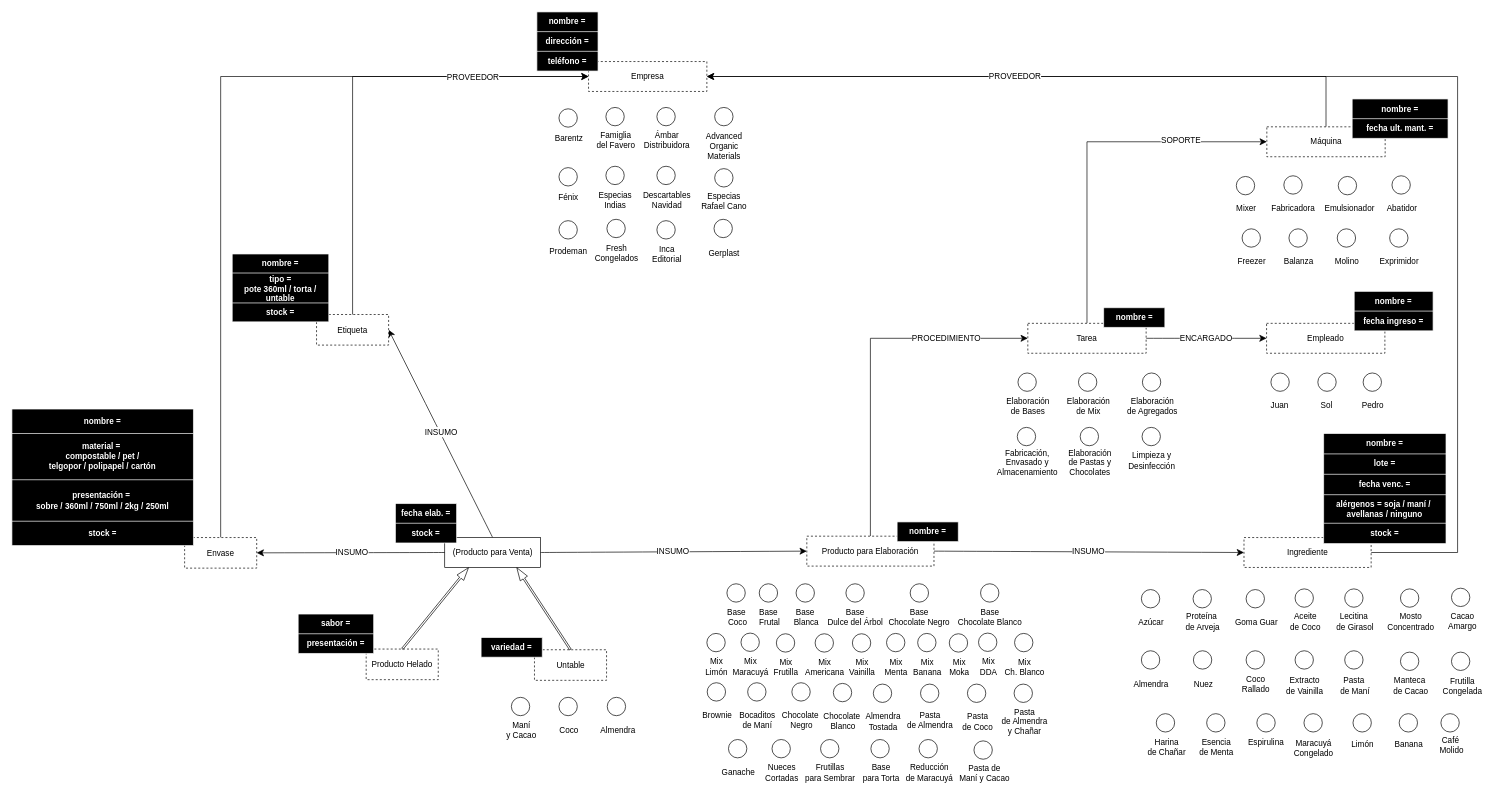
Before: Untitled Diagram.drawio in franualba/diagrams, a draw.io diagram. Source tidied: cells renumbered, new cells numbered last; positions are measured from the earlier drawing's top-left corner, leaving out a move shared by most shapes. Both pictures are drawn from the tidied source at 68%, with x=0, y=0 at pixel (12, 12).
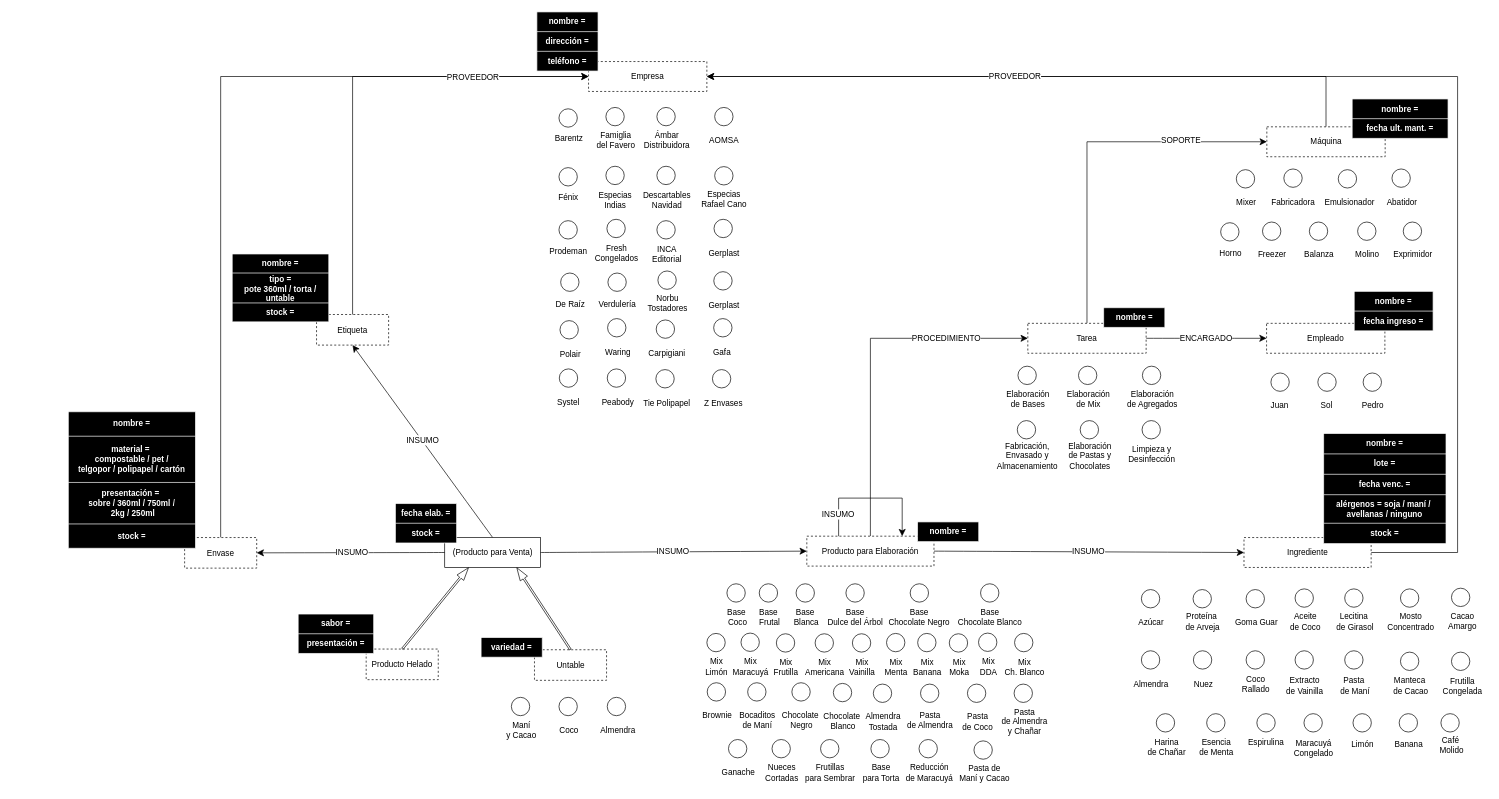
After the change.

Unchanged cells that the change refers to:
```xml
<mxCell id="4" value="(Producto para Venta)" style="rounded=0;whiteSpace=wrap;html=1;fillStyle=auto;" parent="1" vertex="1">
  <mxGeometry x="636.5" y="773" width="141" height="44" as="geometry" />
</mxCell>
<mxCell id="11" value="Producto para Elaboración" style="rounded=0;whiteSpace=wrap;html=1;dashed=1;" parent="1" vertex="1">
  <mxGeometry x="1169" y="771" width="187" height="44" as="geometry" />
</mxCell>
<mxCell id="133" value="Etiqueta" style="rounded=0;whiteSpace=wrap;html=1;dashed=1;" parent="1" vertex="1">
  <mxGeometry x="448" y="445" width="106" height="45" as="geometry" />
</mxCell>
```

The edit, as a diff of the source:
```diff
@@
-    <mxCell id="2" style="edgeStyle=none;curved=1;rounded=0;jettySize=auto;html=1;exitX=0.5;exitY=0;exitDx=0;exitDy=0;fontSize=12;startSize=8;endSize=8;entryX=1;entryY=0.5;entryDx=0;entryDy=0;" parent="1" edge="1" source="4" target="133">
+    <mxCell id="2" style="edgeStyle=none;curved=1;rounded=0;jettySize=auto;html=1;exitX=0.5;exitY=0;exitDx=0;exitDy=0;fontSize=12;startSize=8;endSize=8;entryX=0.5;entryY=1;entryDx=0;entryDy=0;" parent="1" edge="1" source="4" target="133">
       <mxGeometry relative="1" as="geometry" />
     </mxCell>
@@
     <mxCell id="89" style="ellipse;whiteSpace=wrap;html=1;" parent="1" vertex="1">
-      <mxGeometry x="1479.5" y="531" width="27" height="27" as="geometry" />
+      <mxGeometry x="1479.5" y="521" width="27" height="27" as="geometry" />
     </mxCell>
     <mxCell id="90" value="&lt;div&gt;Elaboración&lt;/div&gt;&lt;div&gt;de Bases&lt;br&gt;&lt;/div&gt;" style="text;html=1;align=center;verticalAlign=middle;strokeColor=none;fillColor=none;fontSize=12;" parent="1" vertex="1">
-      <mxGeometry x="1453" y="559" width="81" height="41" as="geometry" />
+      <mxGeometry x="1453" y="549" width="81" height="41" as="geometry" />
     </mxCell>
     <mxCell id="91" style="ellipse;whiteSpace=wrap;html=1;" parent="1" vertex="1">
-      <mxGeometry x="1568.5" y="531" width="27" height="27" as="geometry" />
+      <mxGeometry x="1568.5" y="521" width="27" height="27" as="geometry" />
     </mxCell>
     <mxCell id="92" value="&lt;div&gt;Elaboración&lt;/div&gt;&lt;div&gt;de Mix&lt;br&gt;&lt;/div&gt;" style="text;html=1;align=center;verticalAlign=middle;strokeColor=none;fillColor=none;fontSize=12;" parent="1" vertex="1">
-      <mxGeometry x="1542" y="559" width="81" height="41" as="geometry" />
+      <mxGeometry x="1542" y="549" width="81" height="41" as="geometry" />
     </mxCell>
     <mxCell id="93" style="ellipse;whiteSpace=wrap;html=1;" parent="1" vertex="1">
-      <mxGeometry x="1478.5" y="611" width="27" height="27" as="geometry" />
+      <mxGeometry x="1478.5" y="601" width="27" height="27" as="geometry" />
     </mxCell>
     <mxCell id="94" value="&lt;div&gt;Fabricación, &lt;br&gt;&lt;/div&gt;&lt;div&gt;Envasado y&lt;/div&gt;&lt;div&gt;Almacenamiento&lt;/div&gt;" style="text;html=1;align=center;verticalAlign=middle;strokeColor=none;fillColor=none;fontSize=12;" parent="1" vertex="1">
-      <mxGeometry x="1439" y="635" width="107" height="55" as="geometry" />
+      <mxGeometry x="1439" y="625" width="107" height="55" as="geometry" />
     </mxCell>
     <mxCell id="95" style="ellipse;whiteSpace=wrap;html=1;" parent="1" vertex="1">
-      <mxGeometry x="1662.5" y="531" width="27" height="27" as="geometry" />
+      <mxGeometry x="1662.5" y="521" width="27" height="27" as="geometry" />
     </mxCell>
     <mxCell id="96" value="&lt;div&gt;Elaboración&lt;/div&gt;&lt;div&gt;de Agregados&lt;br&gt;&lt;/div&gt;" style="text;html=1;align=center;verticalAlign=middle;strokeColor=none;fillColor=none;fontSize=12;" parent="1" vertex="1">
-      <mxGeometry x="1630" y="559" width="93" height="41" as="geometry" />
+      <mxGeometry x="1630" y="549" width="93" height="41" as="geometry" />
     </mxCell>
     <mxCell id="97" style="ellipse;whiteSpace=wrap;html=1;" parent="1" vertex="1">
-      <mxGeometry x="1571" y="611" width="27" height="27" as="geometry" />
+      <mxGeometry x="1571" y="601" width="27" height="27" as="geometry" />
     </mxCell>
     <mxCell id="98" value="&lt;div&gt;Elaboración&lt;/div&gt;&lt;div&gt;de Pastas y&lt;/div&gt;&lt;div&gt;Chocolates&lt;br&gt;&lt;/div&gt;" style="text;html=1;align=center;verticalAlign=middle;strokeColor=none;fillColor=none;fontSize=12;" parent="1" vertex="1">
-      <mxGeometry x="1544.5" y="635" width="81" height="55" as="geometry" />
+      <mxGeometry x="1544.5" y="625" width="81" height="55" as="geometry" />
     </mxCell>
     <mxCell id="99" style="ellipse;whiteSpace=wrap;html=1;" parent="1" vertex="1">
-      <mxGeometry x="1662" y="611" width="27" height="27" as="geometry" />
+      <mxGeometry x="1662" y="601" width="27" height="27" as="geometry" />
     </mxCell>
     <mxCell id="100" value="&lt;div&gt;Limpieza y&lt;/div&gt;&lt;div&gt;Desinfección&lt;br&gt;&lt;/div&gt;" style="text;html=1;align=center;verticalAlign=middle;strokeColor=none;fillColor=none;fontSize=12;" parent="1" vertex="1">
-      <mxGeometry x="1632.5" y="639" width="87" height="41" as="geometry" />
+      <mxGeometry x="1632.5" y="629" width="87" height="41" as="geometry" />
     </mxCell>
@@
     <mxCell id="108" style="shape=table;startSize=0;childLayout=tableLayout;fillColor=#000000;strokeColor=#FFFFFF;fontColor=#FFFFFF;labelPosition=left;verticalLabelPosition=middle;align=right;verticalAlign=middle;" parent="1" vertex="1">
-      <mxGeometry y="584" width="267" height="200.8" as="geometry" />
+      <mxGeometry x="83" y="588" width="187" height="200.8" as="geometry" />
     </mxCell>
     <mxCell id="109" style="shape=tableRow;horizontal=0;startSize=0;swimlaneHead=0;swimlaneBody=0;strokeColor=inherit;top=0;left=0;bottom=0;right=0;fillColor=none;fontColor=#FFFFFF;" parent="108" vertex="1">
-      <mxGeometry width="267" height="36" as="geometry" />
+      <mxGeometry width="187" height="36" as="geometry" />
     </mxCell>
     <mxCell id="110" value="&lt;font color=&quot;#ffffff&quot;&gt;nombre =&lt;br&gt;&lt;/font&gt;" style="shape=partialRectangle;html=1;whiteSpace=wrap;strokeColor=inherit;overflow=hidden;fillColor=none;top=0;left=0;bottom=0;right=0;fontStyle=1;fontSize=12;" parent="109" vertex="1">
-      <mxGeometry width="267" height="36" as="geometry" />
+      <mxGeometry width="187" height="36" as="geometry" />
     </mxCell>
     <mxCell id="111" style="shape=tableRow;horizontal=0;startSize=0;swimlaneHead=0;swimlaneBody=0;strokeColor=inherit;top=0;left=0;bottom=0;right=0;fillColor=none;" parent="108" vertex="1">
-      <mxGeometry y="36" width="267" height="68" as="geometry" />
+      <mxGeometry y="36" width="187" height="68" as="geometry" />
     </mxCell>
     <mxCell id="112" value="&lt;div&gt;&lt;font style=&quot;font-size: 12px;&quot;&gt;material =&lt;/font&gt;&amp;nbsp;&lt;/div&gt;&lt;div&gt;compostable / pet / &lt;/div&gt;&lt;div&gt;telgopor / polipapel / cartón&lt;br&gt;&lt;/div&gt;" style="shape=partialRectangle;html=1;whiteSpace=wrap;strokeColor=inherit;overflow=hidden;fillColor=none;top=0;left=0;bottom=0;right=0;fontStyle=1;fontSize=12;fontColor=#FFFFFF;" parent="111" vertex="1">
-      <mxGeometry width="267" height="68" as="geometry" />
+      <mxGeometry width="187" height="68" as="geometry" />
     </mxCell>
     <mxCell id="113" style="shape=tableRow;horizontal=0;startSize=0;swimlaneHead=0;swimlaneBody=0;strokeColor=inherit;top=0;left=0;bottom=0;right=0;fillColor=none;fontColor=#FFFFFF;" parent="108" vertex="1">
-      <mxGeometry y="104" width="267" height="61" as="geometry" />
+      <mxGeometry y="104" width="187" height="61" as="geometry" />
     </mxCell>
-    <mxCell id="114" value="&lt;div&gt;&lt;font color=&quot;#ffffff&quot;&gt;presentación =&amp;nbsp;&lt;/font&gt;&lt;/div&gt;&lt;div&gt;&lt;font color=&quot;#ffffff&quot;&gt;sobre / 360ml / 750ml / 2kg / 250ml&lt;br&gt;&lt;/font&gt;&lt;/div&gt;" style="shape=partialRectangle;html=1;whiteSpace=wrap;strokeColor=inherit;overflow=hidden;fillColor=none;top=0;left=0;bottom=0;right=0;fontStyle=1;fontSize=12;" parent="113" vertex="1">
-      <mxGeometry width="267" height="61" as="geometry" />
+    <mxCell id="114" value="&lt;div&gt;&lt;font color=&quot;#ffffff&quot;&gt;presentación =&amp;nbsp;&lt;/font&gt;&lt;/div&gt;&lt;div&gt;&lt;font color=&quot;#ffffff&quot;&gt;sobre / 360ml / 750ml /&lt;/font&gt;&lt;/div&gt;&lt;div&gt;&lt;font color=&quot;#ffffff&quot;&gt;&amp;nbsp;2kg / 250ml&lt;br&gt;&lt;/font&gt;&lt;/div&gt;" style="shape=partialRectangle;html=1;whiteSpace=wrap;strokeColor=inherit;overflow=hidden;fillColor=none;top=0;left=0;bottom=0;right=0;fontStyle=1;fontSize=12;" parent="113" vertex="1">
+      <mxGeometry width="187" height="61" as="geometry" />
     </mxCell>
     <mxCell id="115" style="shape=tableRow;horizontal=0;startSize=0;swimlaneHead=0;swimlaneBody=0;strokeColor=inherit;top=0;left=0;bottom=0;right=0;fillColor=none;fontColor=#FFFFFF;" parent="108" vertex="1">
-      <mxGeometry y="165" width="267" height="36" as="geometry" />
+      <mxGeometry y="165" width="187" height="36" as="geometry" />
     </mxCell>
     <mxCell id="116" value="&lt;font color=&quot;#ffffff&quot;&gt;stock =&lt;br&gt;&lt;/font&gt;" style="shape=partialRectangle;html=1;whiteSpace=wrap;strokeColor=inherit;overflow=hidden;fillColor=none;top=0;left=0;bottom=0;right=0;fontStyle=1;fontSize=12;" parent="115" vertex="1">
-      <mxGeometry width="267" height="36" as="geometry" />
+      <mxGeometry width="187" height="36" as="geometry" />
     </mxCell>
@@
     <mxCell id="134" style="ellipse;whiteSpace=wrap;html=1;" parent="1" vertex="1">
-      <mxGeometry x="1800.6" y="242" width="27" height="27" as="geometry" />
+      <mxGeometry x="1800.6" y="232" width="27" height="27" as="geometry" />
     </mxCell>
     <mxCell id="135" value="Mixer" style="text;html=1;align=center;verticalAlign=middle;strokeColor=none;fillColor=none;fontSize=12;" parent="1" vertex="1">
-      <mxGeometry x="1791.1" y="277" width="47" height="26" as="geometry" />
+      <mxGeometry x="1791.1" y="267" width="47" height="26" as="geometry" />
     </mxCell>
     <mxCell id="136" style="ellipse;whiteSpace=wrap;html=1;" parent="1" vertex="1">
-      <mxGeometry x="1870.5" y="241" width="27" height="27" as="geometry" />
+      <mxGeometry x="1870.5" y="231" width="27" height="27" as="geometry" />
     </mxCell>
     <mxCell id="137" value="Fabricadora" style="text;html=1;align=center;verticalAlign=middle;strokeColor=none;fillColor=none;fontSize=12;" parent="1" vertex="1">
-      <mxGeometry x="1843" y="277" width="82" height="26" as="geometry" />
+      <mxGeometry x="1843" y="267" width="82" height="26" as="geometry" />
     </mxCell>
     <mxCell id="138" style="ellipse;whiteSpace=wrap;html=1;" parent="1" vertex="1">
-      <mxGeometry x="1950.5" y="242" width="27" height="27" as="geometry" />
+      <mxGeometry x="1950.5" y="232" width="27" height="27" as="geometry" />
     </mxCell>
     <mxCell id="139" value="Emulsionador" style="text;html=1;align=center;verticalAlign=middle;strokeColor=none;fillColor=none;fontSize=12;" parent="1" vertex="1">
-      <mxGeometry x="1921" y="277" width="91" height="26" as="geometry" />
+      <mxGeometry x="1921" y="267" width="91" height="26" as="geometry" />
     </mxCell>
     <mxCell id="140" style="ellipse;whiteSpace=wrap;html=1;" parent="1" vertex="1">
-      <mxGeometry x="2029.5" y="241" width="27" height="27" as="geometry" />
+      <mxGeometry x="2029.5" y="231" width="27" height="27" as="geometry" />
     </mxCell>
     <mxCell id="141" value="Abatidor" style="text;html=1;align=center;verticalAlign=middle;strokeColor=none;fillColor=none;fontSize=12;" parent="1" vertex="1">
-      <mxGeometry x="2012" y="277" width="63" height="26" as="geometry" />
+      <mxGeometry x="2012" y="267" width="63" height="26" as="geometry" />
     </mxCell>
     <mxCell id="142" style="ellipse;whiteSpace=wrap;html=1;" parent="1" vertex="1">
-      <mxGeometry x="1809.1" y="319" width="27" height="27" as="geometry" />
+      <mxGeometry x="1839.1" y="309" width="27" height="27" as="geometry" />
     </mxCell>
     <mxCell id="143" value="Freezer" style="text;html=1;align=center;verticalAlign=middle;strokeColor=none;fillColor=none;fontSize=12;" parent="1" vertex="1">
-      <mxGeometry x="1793.6" y="354" width="59" height="26" as="geometry" />
+      <mxGeometry x="1823.6" y="344" width="59" height="26" as="geometry" />
     </mxCell>
     <mxCell id="144" style="ellipse;whiteSpace=wrap;html=1;" parent="1" vertex="1">
-      <mxGeometry x="1878" y="319" width="27" height="27" as="geometry" />
+      <mxGeometry x="1908" y="309" width="27" height="27" as="geometry" />
     </mxCell>
     <mxCell id="145" value="Balanza" style="text;html=1;align=center;verticalAlign=middle;strokeColor=none;fillColor=none;fontSize=12;" parent="1" vertex="1">
-      <mxGeometry x="1861.5" y="354" width="61" height="26" as="geometry" />
+      <mxGeometry x="1891.5" y="344" width="61" height="26" as="geometry" />
     </mxCell>
     <mxCell id="146" style="ellipse;whiteSpace=wrap;html=1;" parent="1" vertex="1">
-      <mxGeometry x="1949" y="319" width="27" height="27" as="geometry" />
+      <mxGeometry x="1979" y="309" width="27" height="27" as="geometry" />
     </mxCell>
     <mxCell id="147" value="Molino" style="text;html=1;align=center;verticalAlign=middle;strokeColor=none;fillColor=none;fontSize=12;" parent="1" vertex="1">
-      <mxGeometry x="1936.5" y="354" width="53" height="26" as="geometry" />
+      <mxGeometry x="1966.5" y="344" width="53" height="26" as="geometry" />
     </mxCell>
     <mxCell id="148" style="ellipse;whiteSpace=wrap;html=1;" parent="1" vertex="1">
-      <mxGeometry x="2026.1" y="319" width="27" height="27" as="geometry" />
+      <mxGeometry x="2046.1" y="309" width="27" height="27" as="geometry" />
     </mxCell>
     <mxCell id="149" value="Exprimidor" style="text;html=1;align=center;verticalAlign=middle;strokeColor=none;fillColor=none;fontSize=12;" parent="1" vertex="1">
-      <mxGeometry x="2002.6" y="354" width="75" height="26" as="geometry" />
+      <mxGeometry x="2022.6" y="344" width="75" height="26" as="geometry" />
     </mxCell>
@@
-    <mxCell id="165" value="&lt;div&gt;Advanced&lt;/div&gt;&lt;div&gt;Organic&lt;/div&gt;&lt;div&gt;Materials&lt;br&gt;&lt;/div&gt;" style="text;html=1;align=center;verticalAlign=middle;strokeColor=none;fillColor=none;fontSize=12;" parent="1" vertex="1">
-      <mxGeometry x="1011.5" y="170.5" width="71" height="55" as="geometry" />
+    <mxCell id="165" value="AOMSA" style="text;html=1;align=center;verticalAlign=middle;strokeColor=none;fillColor=none;fontSize=12;" parent="1" vertex="1">
+      <mxGeometry x="1016.5" y="175.5" width="61" height="26" as="geometry" />
     </mxCell>
@@
     <mxCell id="172" style="ellipse;whiteSpace=wrap;html=1;" parent="1" vertex="1">
-      <mxGeometry x="1033.5" y="230.5" width="27" height="27" as="geometry" />
+      <mxGeometry x="1033.5" y="227.5" width="27" height="27" as="geometry" />
     </mxCell>
     <mxCell id="173" value="&lt;div&gt;Especias&lt;/div&gt;&lt;div&gt;Rafael Cano&lt;br&gt;&lt;/div&gt;" style="text;html=1;align=center;verticalAlign=middle;strokeColor=none;fillColor=none;fontSize=12;" parent="1" vertex="1">
-      <mxGeometry x="1004.5" y="257.5" width="85" height="41" as="geometry" />
+      <mxGeometry x="1004.5" y="254.5" width="85" height="41" as="geometry" />
     </mxCell>
@@
-    <mxCell id="190" value="&lt;div&gt;Inca&lt;/div&gt;&lt;div&gt;Editorial&lt;br&gt;&lt;/div&gt;" style="text;html=1;align=center;verticalAlign=middle;strokeColor=none;fillColor=none;fontSize=12;" parent="1" vertex="1">
+    <mxCell id="190" value="&lt;div&gt;INCA&lt;/div&gt;&lt;div&gt;Editorial&lt;br&gt;&lt;/div&gt;" style="text;html=1;align=center;verticalAlign=middle;strokeColor=none;fillColor=none;fontSize=12;" parent="1" vertex="1">
       <mxGeometry x="932.5" y="336" width="61" height="41" as="geometry" />
     </mxCell>
@@
     <mxCell id="211" style="shape=table;startSize=0;childLayout=tableLayout;fillColor=#000000;strokeColor=#FFFFFF;fontColor=#FFFFFF;labelPosition=left;verticalLabelPosition=middle;align=right;verticalAlign=middle;" parent="1" vertex="1">
-      <mxGeometry x="1301.8" y="750" width="90" height="29" as="geometry" />
+      <mxGeometry x="1331.8" y="750" width="90" height="29" as="geometry" />
     </mxCell>
@@
+    <mxCell id="264" style="ellipse;whiteSpace=wrap;html=1;" parent="1" vertex="1">
+      <mxGeometry x="1777.6" y="310" width="27" height="27" as="geometry" />
+    </mxCell>
+    <mxCell id="265" value="Horno" style="text;html=1;align=center;verticalAlign=middle;strokeColor=none;fillColor=none;fontSize=12;" parent="1" vertex="1">
+      <mxGeometry x="1766.1" y="343" width="51" height="26" as="geometry" />
+    </mxCell>
+    <mxCell id="266" style="ellipse;whiteSpace=wrap;html=1;" parent="1" vertex="1">
+      <mxGeometry x="807" y="384" width="27" height="27" as="geometry" />
+    </mxCell>
+    <mxCell id="267" value="De Raíz" style="text;html=1;align=center;verticalAlign=middle;strokeColor=none;fillColor=none;fontSize=12;" parent="1" vertex="1">
+      <mxGeometry x="790" y="417" width="61" height="26" as="geometry" />
+    </mxCell>
+    <mxCell id="268" style="ellipse;whiteSpace=wrap;html=1;" parent="1" vertex="1">
+      <mxGeometry x="876.5" y="384" width="27" height="27" as="geometry" />
+    </mxCell>
+    <mxCell id="269" value="Verdulería" style="text;html=1;align=center;verticalAlign=middle;strokeColor=none;fillColor=none;fontSize=12;" parent="1" vertex="1">
+      <mxGeometry x="853.5" y="417" width="73" height="26" as="geometry" />
+    </mxCell>
+    <mxCell id="270" style="ellipse;whiteSpace=wrap;html=1;" parent="1" vertex="1">
+      <mxGeometry x="950" y="381" width="27" height="27" as="geometry" />
+    </mxCell>
+    <mxCell id="271" value="&lt;div&gt;Norbu&lt;/div&gt;&lt;div&gt;Tostadores&lt;br&gt;&lt;/div&gt;" style="text;html=1;align=center;verticalAlign=middle;strokeColor=none;fillColor=none;fontSize=12;" parent="1" vertex="1">
+      <mxGeometry x="925" y="407" width="77" height="41" as="geometry" />
+    </mxCell>
+    <mxCell id="272" style="ellipse;whiteSpace=wrap;html=1;" parent="1" vertex="1">
+      <mxGeometry x="1032.2" y="382" width="27" height="27" as="geometry" />
+    </mxCell>
+    <mxCell id="273" value="Gerplast" style="text;html=1;align=center;verticalAlign=middle;strokeColor=none;fillColor=none;fontSize=12;" parent="1" vertex="1">
+      <mxGeometry x="1015.2" y="419" width="63" height="26" as="geometry" />
+    </mxCell>
+    <mxCell id="274" style="ellipse;whiteSpace=wrap;html=1;" parent="1" vertex="1">
+      <mxGeometry x="806" y="454" width="27" height="27" as="geometry" />
+    </mxCell>
+    <mxCell id="275" value="Polair" style="text;html=1;align=center;verticalAlign=middle;strokeColor=none;fillColor=none;fontSize=12;" parent="1" vertex="1">
+      <mxGeometry x="796" y="491" width="49" height="26" as="geometry" />
+    </mxCell>
+    <mxCell id="276" style="ellipse;whiteSpace=wrap;html=1;" parent="1" vertex="1">
+      <mxGeometry x="876" y="451" width="27" height="27" as="geometry" />
+    </mxCell>
+    <mxCell id="277" value="Waring" style="text;html=1;align=center;verticalAlign=middle;strokeColor=none;fillColor=none;fontSize=12;" parent="1" vertex="1">
+      <mxGeometry x="863" y="488" width="56" height="26" as="geometry" />
+    </mxCell>
+    <mxCell id="278" style="ellipse;whiteSpace=wrap;html=1;" parent="1" vertex="1">
+      <mxGeometry x="947.5" y="453" width="27" height="27" as="geometry" />
+    </mxCell>
+    <mxCell id="279" value="Carpigiani" style="text;html=1;align=center;verticalAlign=middle;strokeColor=none;fillColor=none;fontSize=12;" parent="1" vertex="1">
+      <mxGeometry x="926.5" y="490" width="72" height="26" as="geometry" />
+    </mxCell>
+    <mxCell id="280" style="ellipse;whiteSpace=wrap;html=1;" parent="1" vertex="1">
+      <mxGeometry x="1032" y="451" width="27" height="27" as="geometry" />
+    </mxCell>
+    <mxCell id="281" value="Gafa" style="text;html=1;align=center;verticalAlign=middle;strokeColor=none;fillColor=none;fontSize=12;" parent="1" vertex="1">
+      <mxGeometry x="1022" y="488" width="44" height="26" as="geometry" />
+    </mxCell>
+    <mxCell id="282" style="ellipse;whiteSpace=wrap;html=1;" parent="1" vertex="1">
+      <mxGeometry x="805" y="525" width="27" height="27" as="geometry" />
+    </mxCell>
+    <mxCell id="283" value="Systel" style="text;html=1;align=center;verticalAlign=middle;strokeColor=none;fillColor=none;fontSize=12;" parent="1" vertex="1">
+      <mxGeometry x="792" y="562" width="51" height="26" as="geometry" />
+    </mxCell>
+    <mxCell id="284" style="ellipse;whiteSpace=wrap;html=1;" parent="1" vertex="1">
+      <mxGeometry x="875.5" y="525" width="27" height="27" as="geometry" />
+    </mxCell>
+    <mxCell id="285" value="Peabody" style="text;html=1;align=center;verticalAlign=middle;strokeColor=none;fillColor=none;fontSize=12;" parent="1" vertex="1">
+      <mxGeometry x="858.5" y="562" width="65" height="26" as="geometry" />
+    </mxCell>
+    <mxCell id="286" style="ellipse;whiteSpace=wrap;html=1;" parent="1" vertex="1">
+      <mxGeometry x="947" y="526" width="27" height="27" as="geometry" />
+    </mxCell>
+    <mxCell id="287" value="Tie Polipapel" style="text;html=1;align=center;verticalAlign=middle;strokeColor=none;fillColor=none;fontSize=12;" parent="1" vertex="1">
+      <mxGeometry x="919" y="563" width="87" height="26" as="geometry" />
+    </mxCell>
+    <mxCell id="288" style="ellipse;whiteSpace=wrap;html=1;" parent="1" vertex="1">
+      <mxGeometry x="1030.2" y="526" width="27" height="27" as="geometry" />
+    </mxCell>
+    <mxCell id="289" value="Z Envases" style="text;html=1;align=center;verticalAlign=middle;strokeColor=none;fillColor=none;fontSize=12;" parent="1" vertex="1">
+      <mxGeometry x="1008.2" y="563" width="75" height="26" as="geometry" />
+    </mxCell>
+    <mxCell id="290" style="edgeStyle=elbowEdgeStyle;rounded=0;orthogonalLoop=1;jettySize=auto;html=1;exitX=0.25;exitY=0;exitDx=0;exitDy=0;entryX=0.75;entryY=0;entryDx=0;entryDy=0;fontSize=12;startSize=8;endSize=8;elbow=vertical;" parent="1" edge="1" source="11" target="11">
+      <mxGeometry relative="1" as="geometry">
+        <Array as="points">
+          <mxPoint x="1258" y="715" />
+        </Array>
+      </mxGeometry>
+    </mxCell>
+    <mxCell id="291" value="INSUMO" style="edgeLabel;html=1;align=center;verticalAlign=middle;fontSize=12;" parent="290" vertex="1">
+      <mxGeometry x="-0.1" y="-1" relative="1" as="geometry">
+        <mxPoint x="-37" y="22" as="offset" />
+      </mxGeometry>
+    </mxCell>
```
